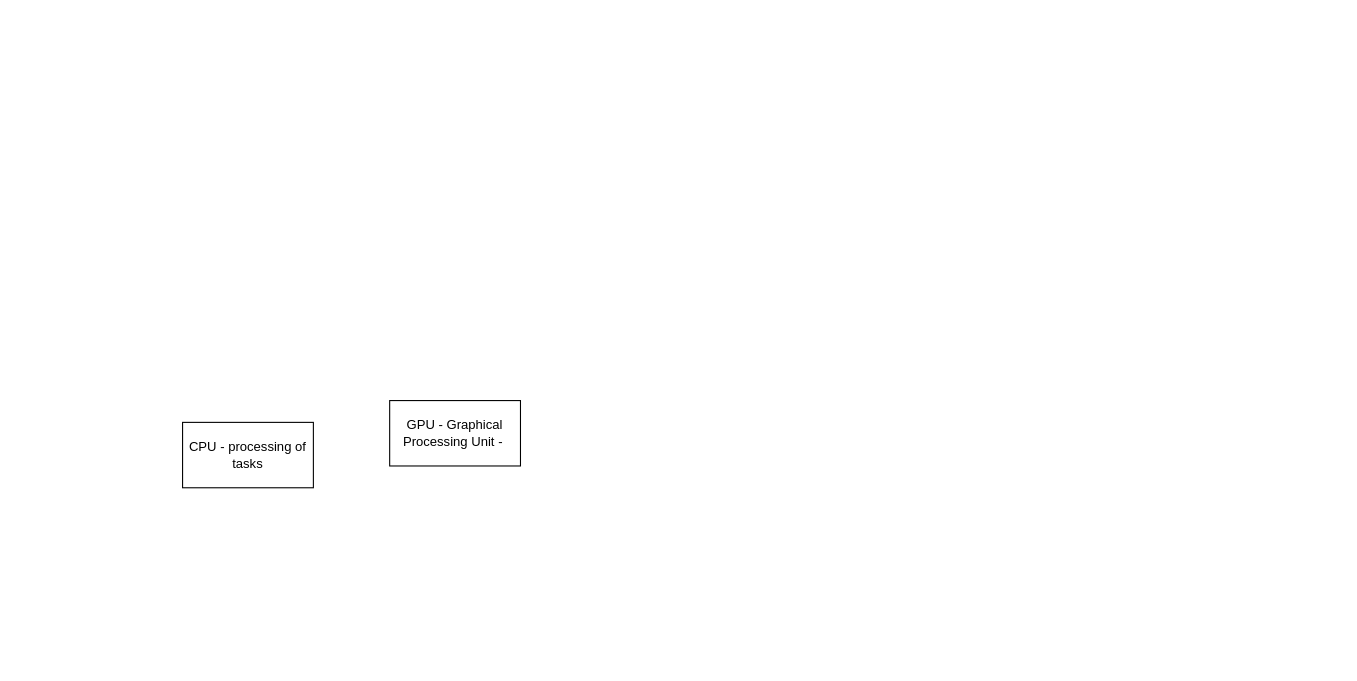
Before: CyberSecurity.drawio in Riklik101/Chemistry-Experiments, a draw.io diagram. Source tidied: cells renumbered, new cells numbered last; positions are measured from the earlier drawing's top-left corner, leaving out a move shared by most shapes. Both pictures are drawn from the tidied source at 109%, with x=0, y=0 at pixel (182, 400).
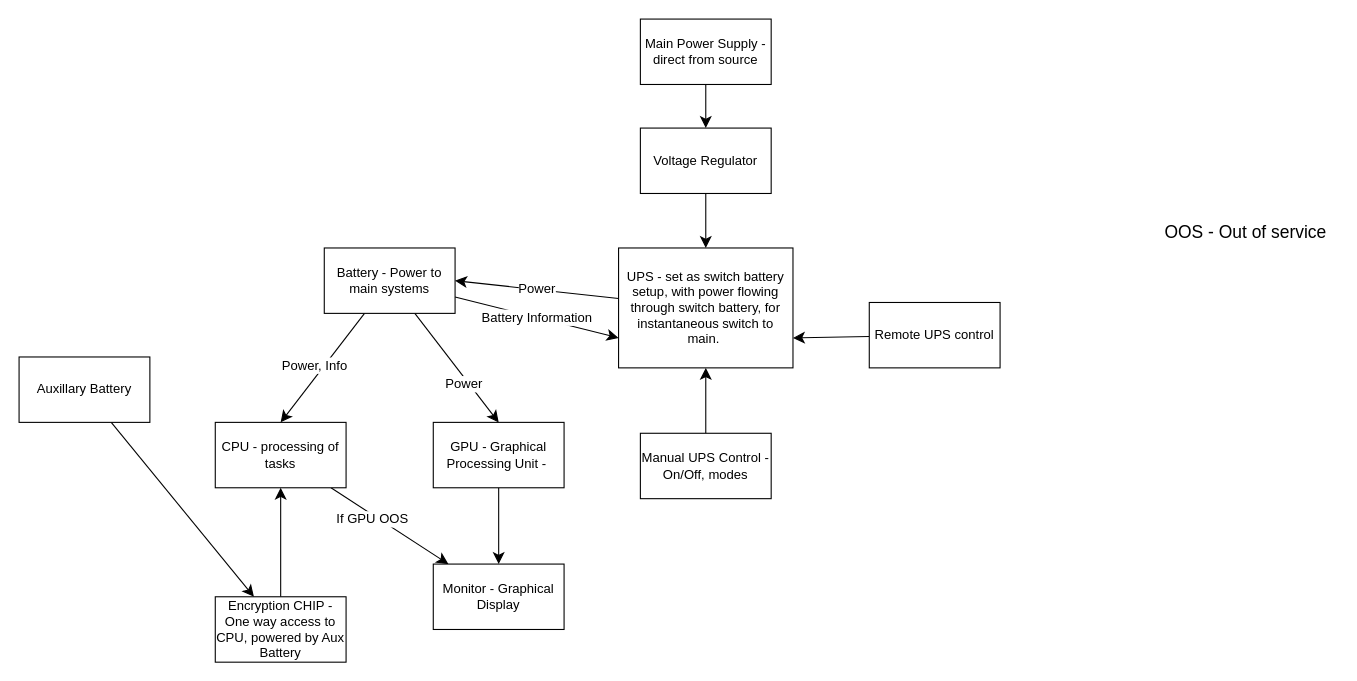
The same page after the edit.

Change to the diagram source:
```diff
@@
+    <mxCell id="4" style="edgeStyle=none;curved=1;rounded=0;jettySize=auto;html=1;fontSize=12;startSize=8;endSize=8;" parent="1" edge="1" source="2" target="7">
+      <mxGeometry relative="1" as="geometry" />
+    </mxCell>
+    <mxCell id="5" value="If GPU OOS" style="edgeLabel;html=1;align=center;verticalAlign=middle;fontSize=12;" parent="4" vertex="1">
+      <mxGeometry x="-0.27" y="-3" relative="1" as="geometry" />
+    </mxCell>
     <mxCell id="2" value="CPU - processing of tasks" style="whiteSpace=wrap;html=1;" parent="1" vertex="1">
-      <mxGeometry y="20" width="120" height="60" as="geometry" />
+      <mxGeometry x="30" y="20" width="120" height="60" as="geometry" />
     </mxCell>
+    <mxCell id="6" style="edgeStyle=none;curved=1;rounded=0;jettySize=auto;html=1;fontSize=12;startSize=8;endSize=8;" parent="1" edge="1" source="3" target="7">
+      <mxGeometry relative="1" as="geometry" />
+    </mxCell>
     <mxCell id="3" value="GPU - Graphical Processing Unit -&amp;nbsp;" style="whiteSpace=wrap;html=1;" parent="1" vertex="1">
-      <mxGeometry x="190" width="120" height="60" as="geometry" />
+      <mxGeometry x="230" y="20" width="120" height="60" as="geometry" />
     </mxCell>
+    <mxCell id="7" value="Monitor - Graphical Display" style="whiteSpace=wrap;html=1;" parent="1" vertex="1">
+      <mxGeometry x="230" y="150" width="120" height="60" as="geometry" />
+    </mxCell>
+    <mxCell id="8" value="OOS - Out of service" style="text;html=1;align=center;verticalAlign=middle;strokeColor=none;fillColor=none;fontSize=16;" parent="1" vertex="1">
+      <mxGeometry x="890" y="-170" width="170" height="30" as="geometry" />
+    </mxCell>
+    <mxCell id="9" style="edgeStyle=none;curved=1;rounded=0;jettySize=auto;html=1;entryX=0.5;entryY=0;entryDx=0;entryDy=0;fontSize=12;startSize=8;endSize=8;" parent="1" edge="1" source="14" target="2">
+      <mxGeometry relative="1" as="geometry" />
+    </mxCell>
+    <mxCell id="10" value="Power, Info" style="edgeLabel;html=1;align=center;verticalAlign=middle;fontSize=12;" parent="9" vertex="1">
+      <mxGeometry x="0.04" y="-8" relative="1" as="geometry" />
+    </mxCell>
+    <mxCell id="11" style="edgeStyle=none;curved=1;rounded=0;jettySize=auto;html=1;entryX=0.5;entryY=0;entryDx=0;entryDy=0;fontSize=12;startSize=8;endSize=8;" parent="1" edge="1" source="14" target="3">
+      <mxGeometry relative="1" as="geometry" />
+    </mxCell>
+    <mxCell id="12" value="Power" style="edgeLabel;html=1;align=center;verticalAlign=middle;fontSize=12;" parent="11" vertex="1">
+      <mxGeometry x="0.24" y="-4" relative="1" as="geometry" />
+    </mxCell>
+    <mxCell id="13" value="Battery Information" style="edgeStyle=none;curved=1;rounded=0;jettySize=auto;html=1;fontSize=12;startSize=8;endSize=8;entryX=0;entryY=0.75;entryDx=0;entryDy=0;" parent="1" edge="1" source="14" target="20">
+      <mxGeometry relative="1" as="geometry" />
+    </mxCell>
+    <mxCell id="14" value="Battery - Power to main systems" style="whiteSpace=wrap;html=1;" parent="1" vertex="1">
+      <mxGeometry x="130" y="-140" width="120" height="60" as="geometry" />
+    </mxCell>
+    <mxCell id="15" style="edgeStyle=none;curved=1;rounded=0;jettySize=auto;html=1;fontSize=12;startSize=8;endSize=8;" parent="1" edge="1" source="16" target="18">
+      <mxGeometry relative="1" as="geometry" />
+    </mxCell>
+    <mxCell id="16" value="Main Power Supply - direct from source" style="whiteSpace=wrap;html=1;" parent="1" vertex="1">
+      <mxGeometry x="420" y="-350" width="120" height="60" as="geometry" />
+    </mxCell>
+    <mxCell id="17" style="edgeStyle=none;curved=1;rounded=0;jettySize=auto;html=1;fontSize=12;startSize=8;endSize=8;" parent="1" edge="1" source="18" target="20">
+      <mxGeometry relative="1" as="geometry" />
+    </mxCell>
+    <mxCell id="18" value="Voltage Regulator" style="whiteSpace=wrap;html=1;" parent="1" vertex="1">
+      <mxGeometry x="420" y="-250" width="120" height="60" as="geometry" />
+    </mxCell>
+    <mxCell id="19" value="Power" style="edgeStyle=none;curved=1;rounded=0;jettySize=auto;html=1;entryX=1;entryY=0.5;entryDx=0;entryDy=0;fontSize=12;startSize=8;endSize=8;" parent="1" edge="1" source="20" target="14">
+      <mxGeometry relative="1" as="geometry" />
+    </mxCell>
+    <mxCell id="20" value="UPS - set as switch battery setup, with power flowing through switch battery, for instantaneous switch to main.&amp;nbsp;" style="whiteSpace=wrap;html=1;" parent="1" vertex="1">
+      <mxGeometry x="400" y="-140" width="160" height="110" as="geometry" />
+    </mxCell>
+    <mxCell id="21" style="edgeStyle=none;curved=1;rounded=0;jettySize=auto;html=1;entryX=0.5;entryY=1;entryDx=0;entryDy=0;fontSize=12;startSize=8;endSize=8;" parent="1" edge="1" source="22" target="20">
+      <mxGeometry relative="1" as="geometry" />
+    </mxCell>
+    <mxCell id="22" value="Manual UPS Control - On/Off, modes" style="whiteSpace=wrap;html=1;" parent="1" vertex="1">
+      <mxGeometry x="420" y="30" width="120" height="60" as="geometry" />
+    </mxCell>
+    <mxCell id="23" style="edgeStyle=none;curved=1;rounded=0;jettySize=auto;html=1;entryX=1;entryY=0.75;entryDx=0;entryDy=0;fontSize=12;startSize=8;endSize=8;" parent="1" edge="1" source="24" target="20">
+      <mxGeometry relative="1" as="geometry" />
+    </mxCell>
+    <mxCell id="24" value="Remote UPS control" style="whiteSpace=wrap;html=1;" parent="1" vertex="1">
+      <mxGeometry x="630" y="-90" width="120" height="60" as="geometry" />
+    </mxCell>
+    <mxCell id="25" style="edgeStyle=none;curved=1;rounded=0;jettySize=auto;html=1;entryX=0.5;entryY=1;entryDx=0;entryDy=0;fontSize=12;startSize=8;endSize=8;" parent="1" edge="1" source="26" target="2">
+      <mxGeometry relative="1" as="geometry" />
+    </mxCell>
+    <mxCell id="26" value="Encryption CHIP - One way access to CPU, powered by Aux Battery" style="whiteSpace=wrap;html=1;" parent="1" vertex="1">
+      <mxGeometry x="30" y="180" width="120" height="60" as="geometry" />
+    </mxCell>
+    <mxCell id="27" style="edgeStyle=none;curved=1;rounded=0;jettySize=auto;html=1;fontSize=12;startSize=8;endSize=8;" parent="1" edge="1" source="28" target="26">
+      <mxGeometry relative="1" as="geometry" />
+    </mxCell>
+    <mxCell id="28" value="Auxillary Battery" style="whiteSpace=wrap;html=1;" parent="1" vertex="1">
+      <mxGeometry x="-150" y="-40" width="120" height="60" as="geometry" />
+    </mxCell>
```
